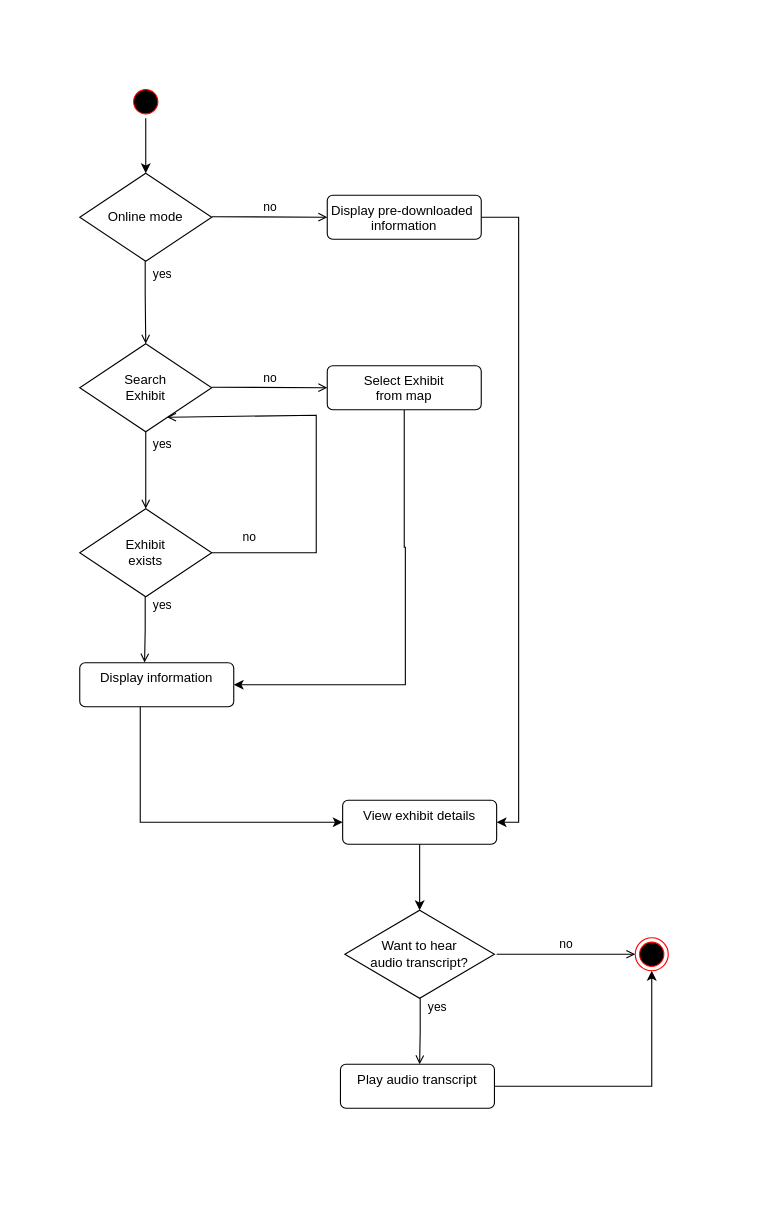
Before: Activity Diagrams/Exhibit Information.drawio in gsklaven/MusePath, a draw.io diagram. Source tidied: cells renumbered, new cells numbered last; positions are measured from the earlier drawing's top-left corner, leaving out a move shared by most shapes. Both pictures are drawn from the tidied source at 110%, with x=0, y=0 at pixel (79, 85).
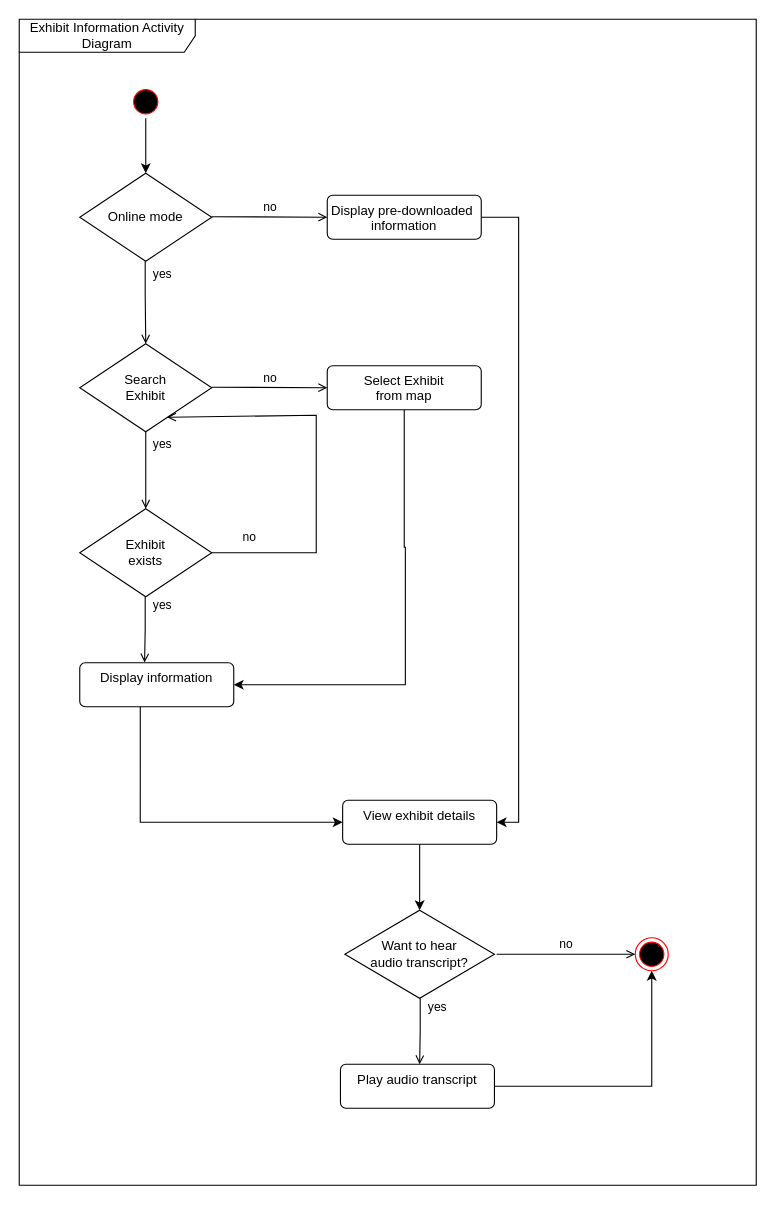
The same page after the edit.

Commit message:
change exhibit information activity diagram

The edit, as a diff of the source:
```diff
@@
+    <mxCell id="27" value="Exhibit Information Activity Diagram" style="shape=umlFrame;whiteSpace=wrap;html=1;width=160;" parent="1" vertex="1">
+      <mxGeometry x="-55" y="-60" width="670" height="1060" as="geometry" />
+    </mxCell>
```
